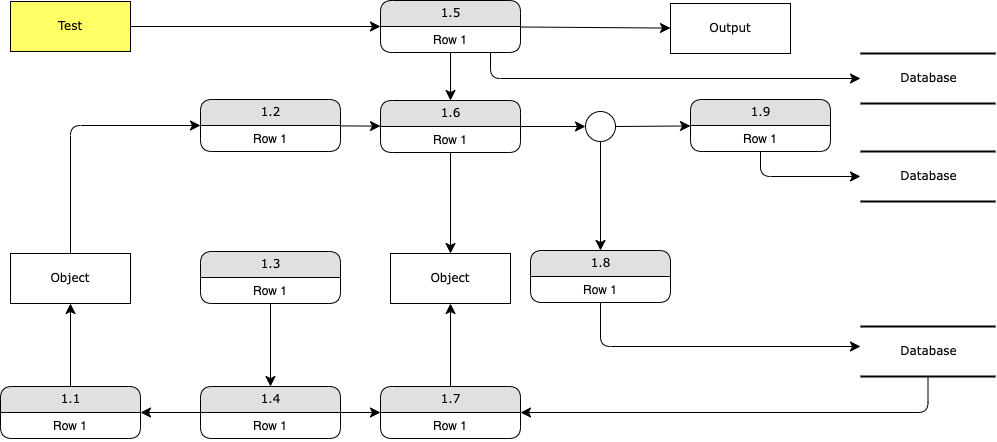
Before: Documentation/DFD.drawio.png, a diagram exported from draw.io (PerryDonahue/ISQA8810-001). Source tidied: cells renumbered, new cells last; positions are measured from the earlier drawing's top-left corner, leaving out a move shared by most shapes.
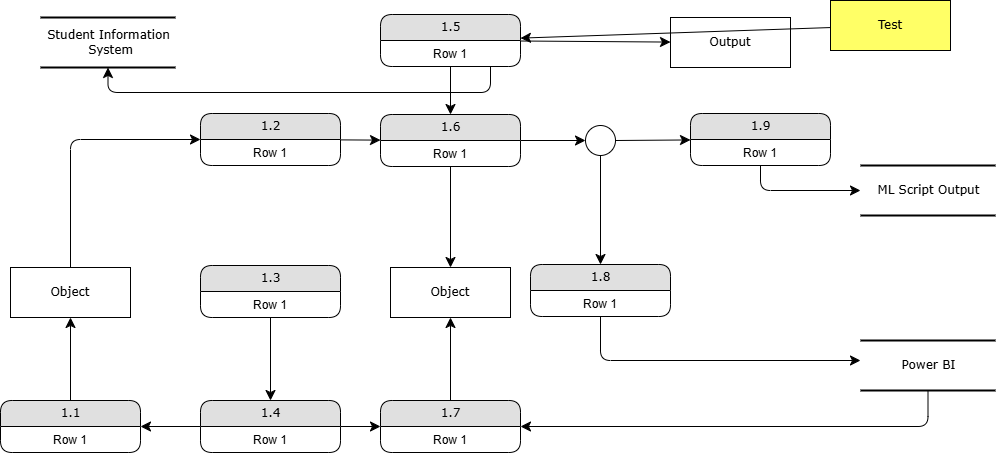
Above is the later version.

Diff of the diagram source:
```diff
@@ -2,10 +2,10 @@
   <root>
     <mxCell id="0" />
     <mxCell id="1" parent="0" />
-    <mxCell id="2" value="Database" style="html=1;rounded=0;shadow=0;comic=0;labelBackgroundColor=none;strokeWidth=2;fontFamily=Verdana;fontSize=12;align=center;shape=mxgraph.ios7ui.horLines;" parent="1" vertex="1">
-      <mxGeometry x="860" y="53" width="135" height="50" as="geometry" />
+    <mxCell id="2" value="Student Information&lt;div&gt;&amp;nbsp;System&lt;/div&gt;" style="html=1;rounded=0;shadow=0;comic=0;labelBackgroundColor=none;strokeWidth=2;fontFamily=Verdana;fontSize=12;align=center;shape=mxgraph.ios7ui.horLines;" parent="1" vertex="1">
+      <mxGeometry x="40" y="3" width="135" height="50" as="geometry" />
     </mxCell>
-    <mxCell id="3" value="Database" style="html=1;rounded=0;shadow=0;comic=0;labelBackgroundColor=none;strokeWidth=2;fontFamily=Verdana;fontSize=12;align=center;shape=mxgraph.ios7ui.horLines;" parent="1" vertex="1">
+    <mxCell id="3" value="ML Script Output" style="html=1;rounded=0;shadow=0;comic=0;labelBackgroundColor=none;strokeWidth=2;fontFamily=Verdana;fontSize=12;align=center;shape=mxgraph.ios7ui.horLines;" parent="1" vertex="1">
       <mxGeometry x="860" y="151" width="135" height="50" as="geometry" />
     </mxCell>
     <mxCell id="4" value="Output" style="whiteSpace=wrap;html=1;rounded=0;shadow=0;comic=0;labelBackgroundColor=none;strokeWidth=1;fontFamily=Verdana;fontSize=12;align=center;" parent="1" vertex="1">
@@ -15,7 +15,7 @@
       <mxGeometry relative="1" as="geometry" />
     </mxCell>
     <mxCell id="6" value="Test" style="whiteSpace=wrap;html=1;rounded=0;shadow=0;comic=0;labelBackgroundColor=none;strokeWidth=1;fontFamily=Verdana;fontSize=12;align=center;fillColor=light-dark(#FFFF66,var(--ge-dark-color, #121212));" parent="1" vertex="1">
-      <mxGeometry x="10" y="1" width="120" height="50" as="geometry" />
+      <mxGeometry x="830" y="-14" width="120" height="50" as="geometry" />
     </mxCell>
     <mxCell id="7" style="edgeStyle=none;html=1;labelBackgroundColor=none;startFill=0;startSize=8;endFill=1;endSize=8;fontFamily=Verdana;fontSize=12;" parent="1" edge="1" source="10" target="4">
       <mxGeometry relative="1" as="geometry" />
@@ -43,7 +43,7 @@
         </Array>
       </mxGeometry>
     </mxCell>
-    <mxCell id="13" value="Database" style="html=1;rounded=0;shadow=0;comic=0;labelBackgroundColor=none;strokeWidth=2;fontFamily=Verdana;fontSize=12;align=center;shape=mxgraph.ios7ui.horLines;" parent="1" vertex="1">
+    <mxCell id="13" value="Power BI" style="html=1;rounded=0;shadow=0;comic=0;labelBackgroundColor=none;strokeWidth=2;fontFamily=Verdana;fontSize=12;align=center;shape=mxgraph.ios7ui.horLines;" parent="1" vertex="1">
       <mxGeometry x="860" y="326" width="135" height="50" as="geometry" />
     </mxCell>
     <mxCell id="14" style="edgeStyle=none;html=1;labelBackgroundColor=none;startFill=0;startSize=8;endFill=1;endSize=8;fontFamily=Verdana;fontSize=12;" parent="1" edge="1" source="16" target="45">
```
